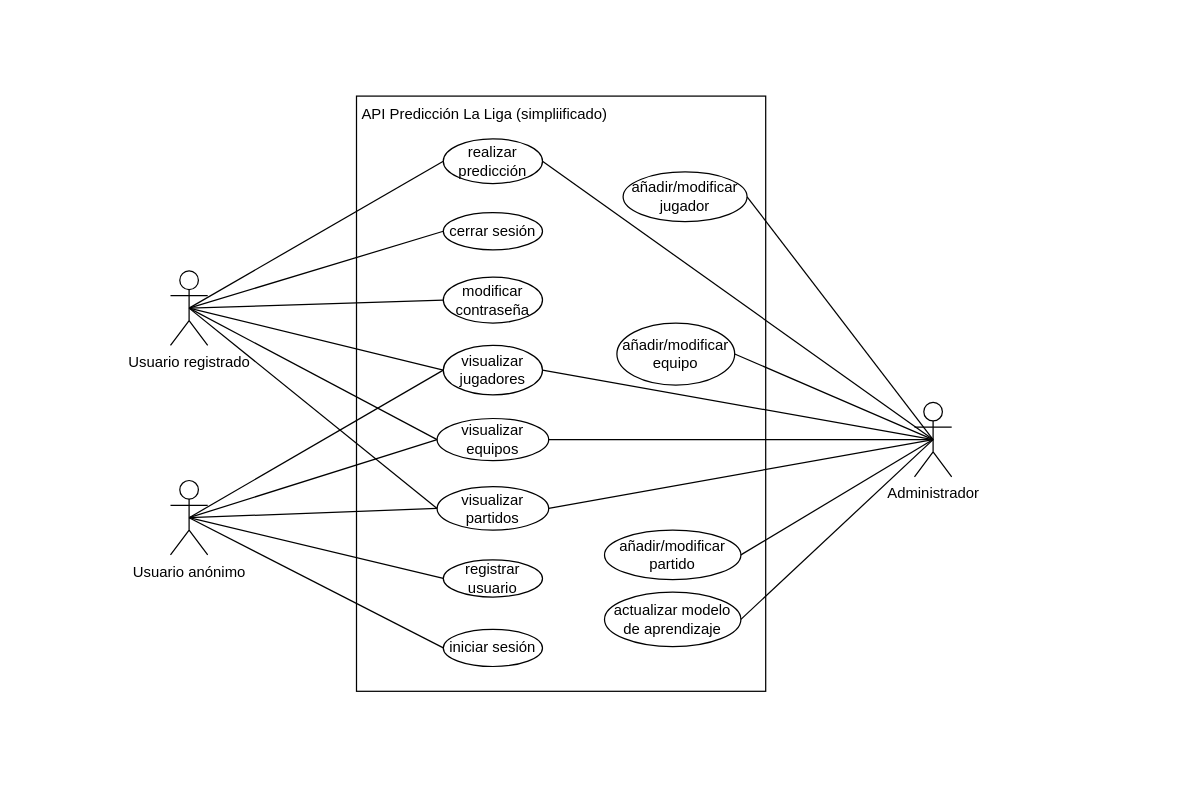
Before: docs/diagrama_casos_uso.drawio in juanpablozs/TFG, a draw.io diagram. Source tidied: cells renumbered, new cells numbered last; positions are measured from the earlier drawing's top-left corner, leaving out a move shared by most shapes. Both pictures are drawn from the tidied source at 124%, with x=0, y=0 at pixel (120, 83).
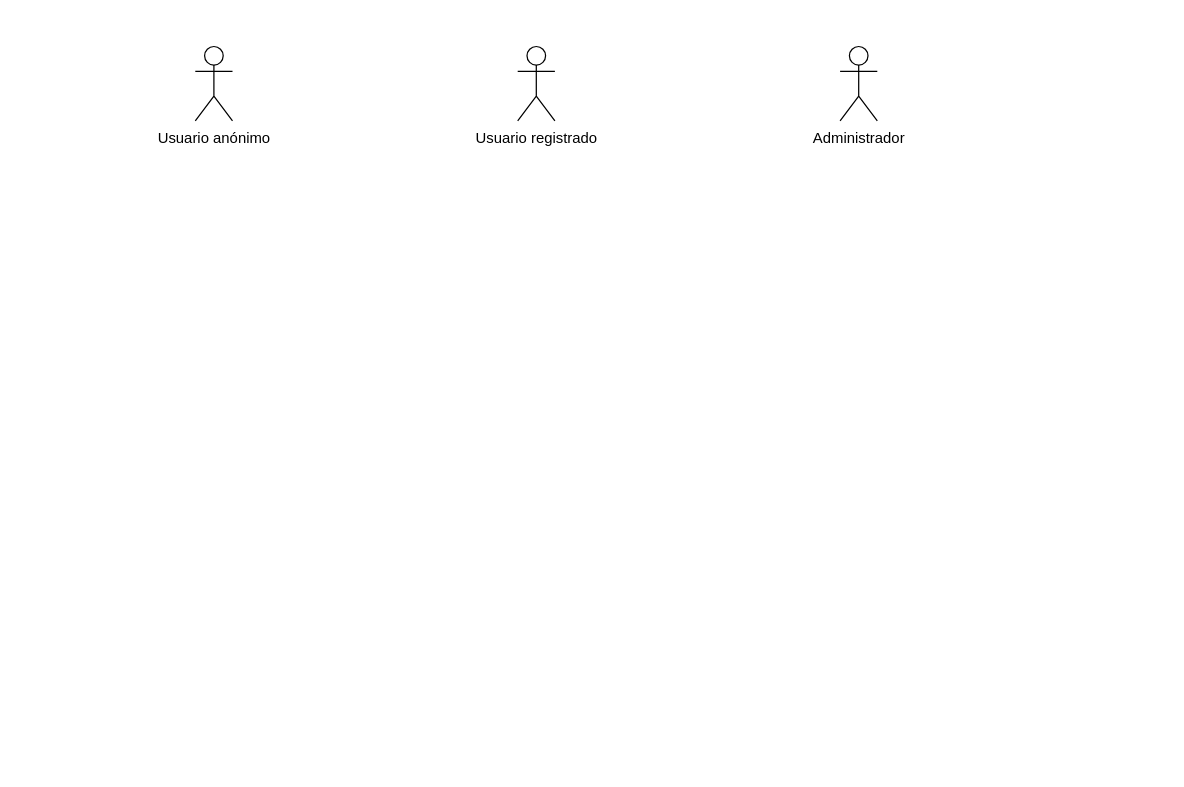
The same diagram, later.

What changed in the source:
```diff
@@
+    <mxCell id="6" style="rounded=0;whiteSpace=wrap;html=1;fillColor=none;" parent="1" vertex="1">
+      <mxGeometry width="760" height="480" as="geometry" />
+    </mxCell>
     <mxCell id="2" style="rounded=0;whiteSpace=wrap;html=1;dashed=1;strokeColor=#ffffff;" parent="1" vertex="1">
-      <mxGeometry width="700" height="510" as="geometry" />
+      <mxGeometry x="-80" y="-50" width="920" height="600" as="geometry" />
     </mxCell>
     <mxCell id="3" value="&lt;div&gt;Usuario registrado&lt;/div&gt;" style="shape=umlActor;verticalLabelPosition=bottom;verticalAlign=top;html=1;outlineConnect=0;" parent="1" vertex="1">
-      <mxGeometry x="40" y="151" width="30" height="60" as="geometry" />
+      <mxGeometry x="320" y="-30" width="30" height="60" as="geometry" />
     </mxCell>
     <mxCell id="4" value="&lt;div&gt;Usuario anónimo&lt;/div&gt;" style="shape=umlActor;verticalLabelPosition=bottom;verticalAlign=top;html=1;outlineConnect=0;" parent="1" vertex="1">
-      <mxGeometry x="40" y="320" width="30" height="60" as="geometry" />
+      <mxGeometry x="60" y="-30" width="30" height="60" as="geometry" />
     </mxCell>
     <mxCell id="5" value="&lt;div&gt;Administrador&lt;/div&gt;" style="shape=umlActor;verticalLabelPosition=bottom;verticalAlign=top;html=1;outlineConnect=0;" parent="1" vertex="1">
-      <mxGeometry x="640" y="257" width="30" height="60" as="geometry" />
+      <mxGeometry x="580" y="-30" width="30" height="60" as="geometry" />
     </mxCell>
-    <mxCell id="6" style="rounded=0;whiteSpace=wrap;html=1;fillColor=none;" parent="1" vertex="1">
-      <mxGeometry x="190" y="10" width="330" height="480" as="geometry" />
-    </mxCell>
-    <mxCell id="7" value="cerrar sesión" style="ellipse;whiteSpace=wrap;html=1;" parent="1" vertex="1">
-      <mxGeometry x="260" y="104" width="80" height="30" as="geometry" />
-    </mxCell>
-    <mxCell id="8" style="endArrow=none;html=1;rounded=0;exitX=0.5;exitY=0.5;exitDx=0;exitDy=0;exitPerimeter=0;entryX=0;entryY=0.5;entryDx=0;entryDy=0;" parent="1" edge="1" source="3" target="7">
-      <mxGeometry relative="1" as="geometry" />
-    </mxCell>
-    <mxCell id="9" value="registrar usuario" style="ellipse;whiteSpace=wrap;html=1;" parent="1" vertex="1">
-      <mxGeometry x="260" y="384" width="80" height="30" as="geometry" />
-    </mxCell>
-    <mxCell id="10" style="endArrow=none;html=1;rounded=0;exitX=0.5;exitY=0.5;exitDx=0;exitDy=0;exitPerimeter=0;entryX=0;entryY=0.5;entryDx=0;entryDy=0;" parent="1" edge="1" source="4" target="9">
-      <mxGeometry relative="1" as="geometry" />
-    </mxCell>
-    <mxCell id="11" value="visualizar jugadores" style="ellipse;whiteSpace=wrap;html=1;" parent="1" vertex="1">
-      <mxGeometry x="260" y="211" width="80" height="40" as="geometry" />
-    </mxCell>
-    <mxCell id="12" style="endArrow=none;html=1;rounded=0;exitX=0.5;exitY=0.5;exitDx=0;exitDy=0;exitPerimeter=0;entryX=0;entryY=0.5;entryDx=0;entryDy=0;" parent="1" edge="1" source="4" target="11">
-      <mxGeometry relative="1" as="geometry" />
-    </mxCell>
-    <mxCell id="13" style="endArrow=none;html=1;rounded=0;exitX=0.5;exitY=0.5;exitDx=0;exitDy=0;exitPerimeter=0;entryX=0;entryY=0.5;entryDx=0;entryDy=0;" parent="1" edge="1" source="3" target="11">
-      <mxGeometry relative="1" as="geometry" />
-    </mxCell>
-    <mxCell id="14" value="visualizar equipos" style="ellipse;whiteSpace=wrap;html=1;" parent="1" vertex="1">
-      <mxGeometry x="255" y="270" width="90" height="34" as="geometry" />
-    </mxCell>
-    <mxCell id="15" style="endArrow=none;html=1;rounded=0;exitX=0.5;exitY=0.5;exitDx=0;exitDy=0;exitPerimeter=0;entryX=0;entryY=0.5;entryDx=0;entryDy=0;" parent="1" edge="1" source="4" target="14">
-      <mxGeometry relative="1" as="geometry" />
-    </mxCell>
-    <mxCell id="16" style="endArrow=none;html=1;rounded=0;exitX=0.5;exitY=0.5;exitDx=0;exitDy=0;exitPerimeter=0;entryX=0;entryY=0.5;entryDx=0;entryDy=0;" parent="1" edge="1" source="3" target="14">
-      <mxGeometry relative="1" as="geometry" />
-    </mxCell>
-    <mxCell id="17" value="añadir/modificar equipo" style="ellipse;whiteSpace=wrap;html=1;flipV=0;" parent="1" vertex="1">
-      <mxGeometry x="400" y="193" width="95" height="50" as="geometry" />
-    </mxCell>
-    <mxCell id="18" style="endArrow=none;html=1;rounded=0;exitX=0.5;exitY=0.5;exitDx=0;exitDy=0;exitPerimeter=0;entryX=1;entryY=0.5;entryDx=0;entryDy=0;" parent="1" edge="1" source="5" target="17">
-      <mxGeometry relative="1" as="geometry" />
-    </mxCell>
-    <mxCell id="19" value="añadir/modificar partido" style="ellipse;whiteSpace=wrap;html=1;flipV=0;" parent="1" vertex="1">
-      <mxGeometry x="390" y="360" width="110" height="40" as="geometry" />
-    </mxCell>
-    <mxCell id="20" style="endArrow=none;html=1;rounded=0;exitX=0.5;exitY=0.5;exitDx=0;exitDy=0;exitPerimeter=0;entryX=1;entryY=0.5;entryDx=0;entryDy=0;" parent="1" edge="1" source="5" target="19">
-      <mxGeometry relative="1" as="geometry" />
-    </mxCell>
-    <mxCell id="21" value="modificar contraseña" style="ellipse;whiteSpace=wrap;html=1;" parent="1" vertex="1">
-      <mxGeometry x="260" y="156" width="80" height="37" as="geometry" />
-    </mxCell>
-    <mxCell id="22" style="endArrow=none;html=1;rounded=0;exitX=0.5;exitY=0.5;exitDx=0;exitDy=0;exitPerimeter=0;entryX=0;entryY=0.5;entryDx=0;entryDy=0;" parent="1" edge="1" source="3" target="21">
-      <mxGeometry relative="1" as="geometry" />
-    </mxCell>
-    <mxCell id="23" value="visualizar partidos" style="ellipse;whiteSpace=wrap;html=1;" parent="1" vertex="1">
-      <mxGeometry x="255" y="325" width="90" height="35" as="geometry" />
-    </mxCell>
-    <mxCell id="24" style="endArrow=none;html=1;rounded=0;exitX=0.5;exitY=0.5;exitDx=0;exitDy=0;exitPerimeter=0;entryX=0;entryY=0.5;entryDx=0;entryDy=0;" parent="1" edge="1" source="4" target="23">
-      <mxGeometry relative="1" as="geometry" />
-    </mxCell>
-    <mxCell id="25" style="endArrow=none;html=1;rounded=0;exitX=0.5;exitY=0.5;exitDx=0;exitDy=0;exitPerimeter=0;entryX=0;entryY=0.5;entryDx=0;entryDy=0;" parent="1" edge="1" source="3" target="23">
-      <mxGeometry relative="1" as="geometry" />
-    </mxCell>
-    <mxCell id="26" value="añadir/modificar jugador" style="ellipse;whiteSpace=wrap;html=1;flipV=0;" parent="1" vertex="1">
-      <mxGeometry x="405" y="71.2" width="100" height="40" as="geometry" />
-    </mxCell>
-    <mxCell id="27" style="endArrow=none;html=1;rounded=0;exitX=0.5;exitY=0.5;exitDx=0;exitDy=0;exitPerimeter=0;entryX=1;entryY=0.5;entryDx=0;entryDy=0;" parent="1" edge="1" source="5" target="26">
-      <mxGeometry relative="1" as="geometry" />
-    </mxCell>
-    <mxCell id="28" value="realizar predicción" style="ellipse;whiteSpace=wrap;html=1;" parent="1" vertex="1">
-      <mxGeometry x="260" y="44.5" width="80" height="36" as="geometry" />
-    </mxCell>
-    <mxCell id="29" style="endArrow=none;html=1;rounded=0;entryX=0;entryY=0.5;entryDx=0;entryDy=0;exitX=0.5;exitY=0.5;exitDx=0;exitDy=0;exitPerimeter=0;" parent="1" edge="1" source="3" target="28">
-      <mxGeometry relative="1" as="geometry" />
-    </mxCell>
-    <mxCell id="30" style="endArrow=none;html=1;rounded=0;entryX=1;entryY=0.5;entryDx=0;entryDy=0;exitX=0.5;exitY=0.5;exitDx=0;exitDy=0;exitPerimeter=0;" parent="1" edge="1" source="5" target="28">
-      <mxGeometry relative="1" as="geometry" />
-    </mxCell>
-    <mxCell id="31" value="iniciar sesión" style="ellipse;whiteSpace=wrap;html=1;" parent="1" vertex="1">
-      <mxGeometry x="260" y="440" width="80" height="30" as="geometry" />
-    </mxCell>
-    <mxCell id="32" style="endArrow=none;html=1;rounded=0;entryX=0;entryY=0.5;entryDx=0;entryDy=0;exitX=0.5;exitY=0.5;exitDx=0;exitDy=0;exitPerimeter=0;" parent="1" edge="1" source="4" target="31">
-      <mxGeometry relative="1" as="geometry" />
-    </mxCell>
-    <mxCell id="33" style="endArrow=none;html=1;rounded=0;entryX=1;entryY=0.5;entryDx=0;entryDy=0;exitX=0.5;exitY=0.5;exitDx=0;exitDy=0;exitPerimeter=0;" parent="1" edge="1" source="5" target="11">
-      <mxGeometry relative="1" as="geometry" />
-    </mxCell>
-    <mxCell id="34" style="endArrow=none;html=1;rounded=0;entryX=1;entryY=0.5;entryDx=0;entryDy=0;exitX=0.5;exitY=0.5;exitDx=0;exitDy=0;exitPerimeter=0;" parent="1" edge="1" source="5" target="14">
-      <mxGeometry relative="1" as="geometry" />
-    </mxCell>
-    <mxCell id="35" value="API Predicción La Liga (simpliificado)" style="text;html=1;align=center;verticalAlign=middle;strokeColor=none;fillColor=none;" parent="1" vertex="1">
-      <mxGeometry x="182.5" y="10" width="220" height="30" as="geometry" />
-    </mxCell>
-    <mxCell id="36" style="endArrow=none;html=1;rounded=0;exitX=1;exitY=0.5;exitDx=0;exitDy=0;entryX=0.5;entryY=0.5;entryDx=0;entryDy=0;entryPerimeter=0;" parent="1" edge="1" source="23" target="5">
-      <mxGeometry relative="1" as="geometry" />
-    </mxCell>
-    <mxCell id="37" value="actualizar modelo de aprendizaje" style="ellipse;whiteSpace=wrap;html=1;flipV=0;" parent="1" vertex="1">
-      <mxGeometry x="390" y="410" width="110" height="44" as="geometry" />
-    </mxCell>
-    <mxCell id="38" style="endArrow=none;html=1;rounded=0;entryX=1;entryY=0.5;entryDx=0;entryDy=0;exitX=0.5;exitY=0.5;exitDx=0;exitDy=0;exitPerimeter=0;" parent="1" edge="1" source="5" target="37">
-      <mxGeometry relative="1" as="geometry" />
-    </mxCell>
```
